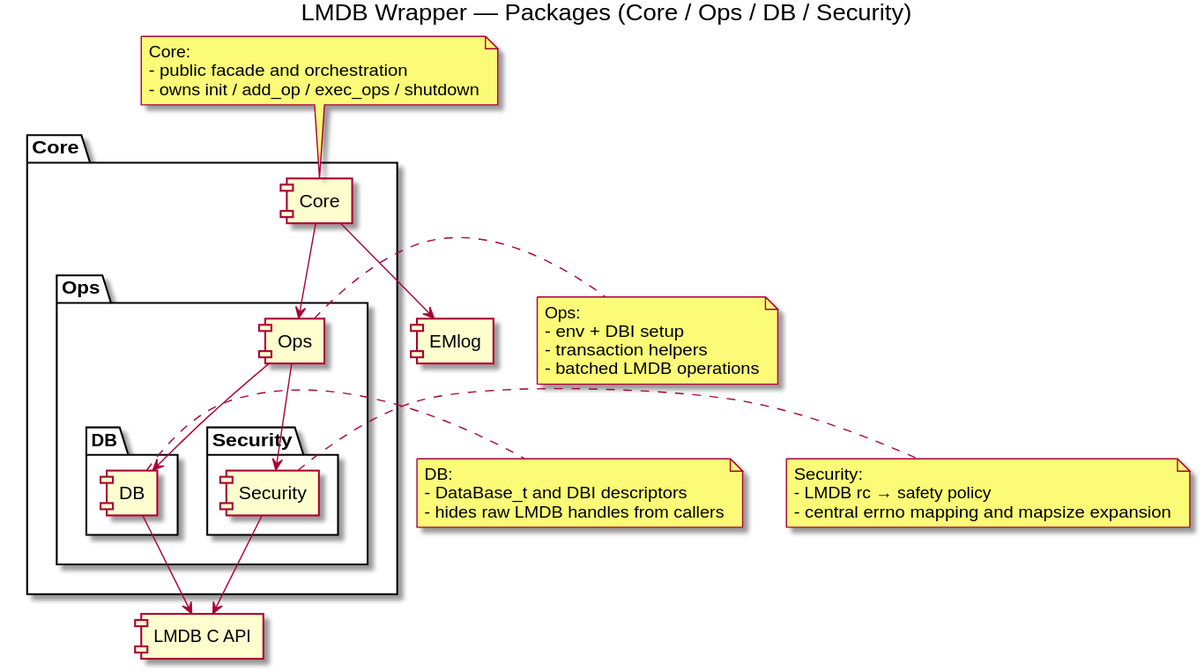
This is docs/plantuml/generated/static_architecture.svg from RomanHorshkov/DB_lmdb, a PlantUML export, as it was before one commit.
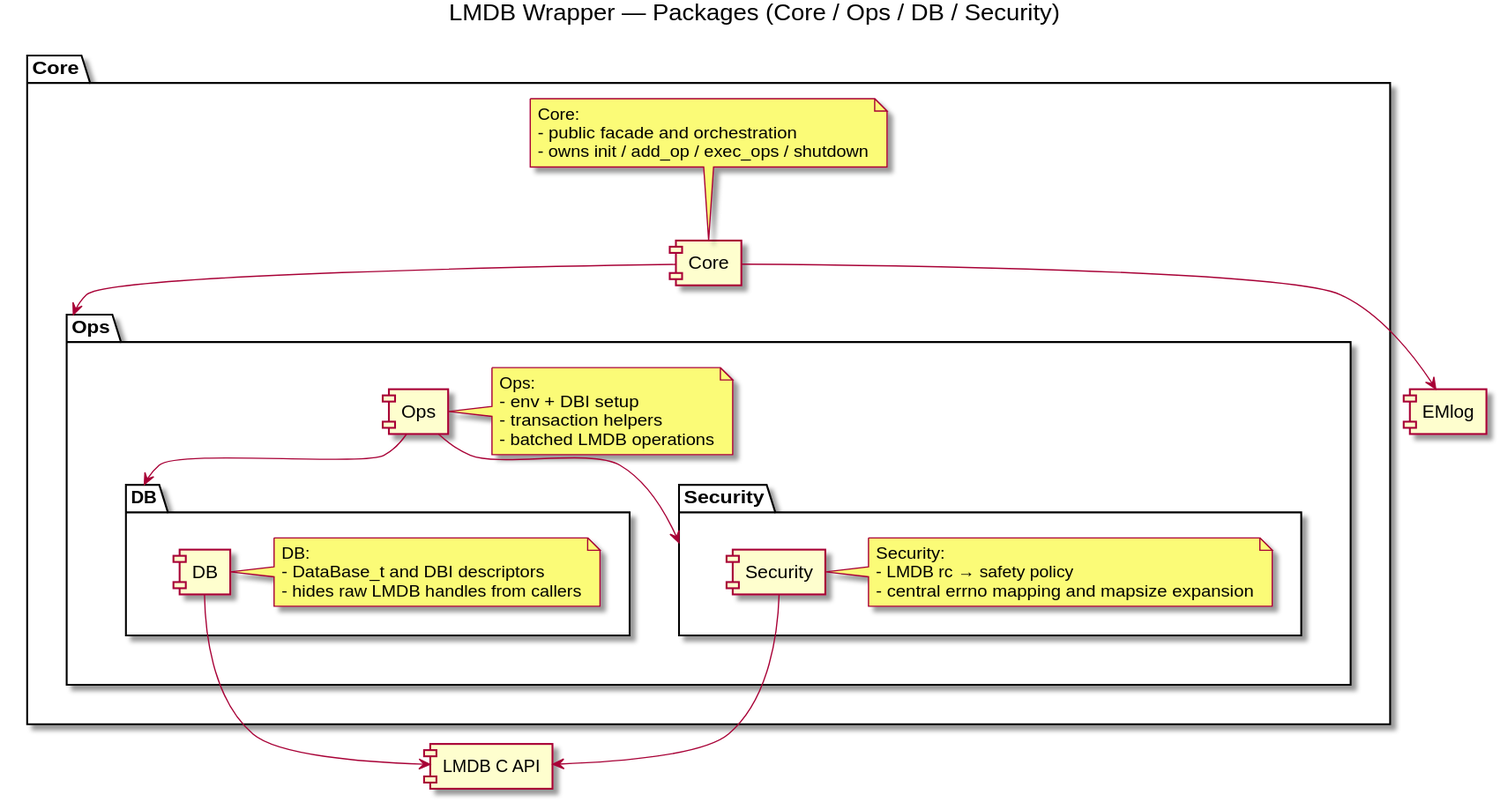
Later version of the same file.

Commit message:
update static architecture

What changed in the source:
```diff
@@ -6,16 +6,37 @@
 
 package "Core" {
   component "Core" as core
+    note top of core
+    Core:
+    - public facade and orchestration
+    - owns init / add_op / exec_ops / shutdown
+    end note
 
   package "Ops" {
     component "Ops" as ops
+      note right of ops
+      Ops:
+      - env + DBI setup
+      - transaction helpers
+      - batched LMDB operations
+      end note
 
     package "DB" {
       component "DB" as db
+        note right of db
+        DB:
+        - DataBase_t and DBI descriptors
+        - hides raw LMDB handles from callers
+        end note
     }
 
     package "Security" {
       component "Security" as sec
+        note right of sec
+        Security:
+        - LMDB rc → safety policy
+        - central errno mapping and mapsize expansion
+        end note
     }
   }
 }
@@ -23,36 +44,11 @@
 component "LMDB C API" as lmdb
 component "EMlog" as emlog
 
-core --> ops
-ops --> db
-ops --> sec
+core --> Ops
+ops --> DB
+ops --> Security
 db --> lmdb
 sec --> lmdb
 core --> emlog
 
-note top of core
-Core:
-- public facade and orchestration
-- owns init / add_op / exec_ops / shutdown
-end note
-
-note right of ops
-Ops:
-- env + DBI setup
-- transaction helpers
-- batched LMDB operations
-end note
-
-note right of db
-DB:
-- DataBase_t and DBI descriptors
-- hides raw LMDB handles from callers
-end note
-
-note right of sec
-Security:
-- LMDB rc → safety policy
-- central errno mapping and mapsize expansion
-end note
-
 @enduml
```
